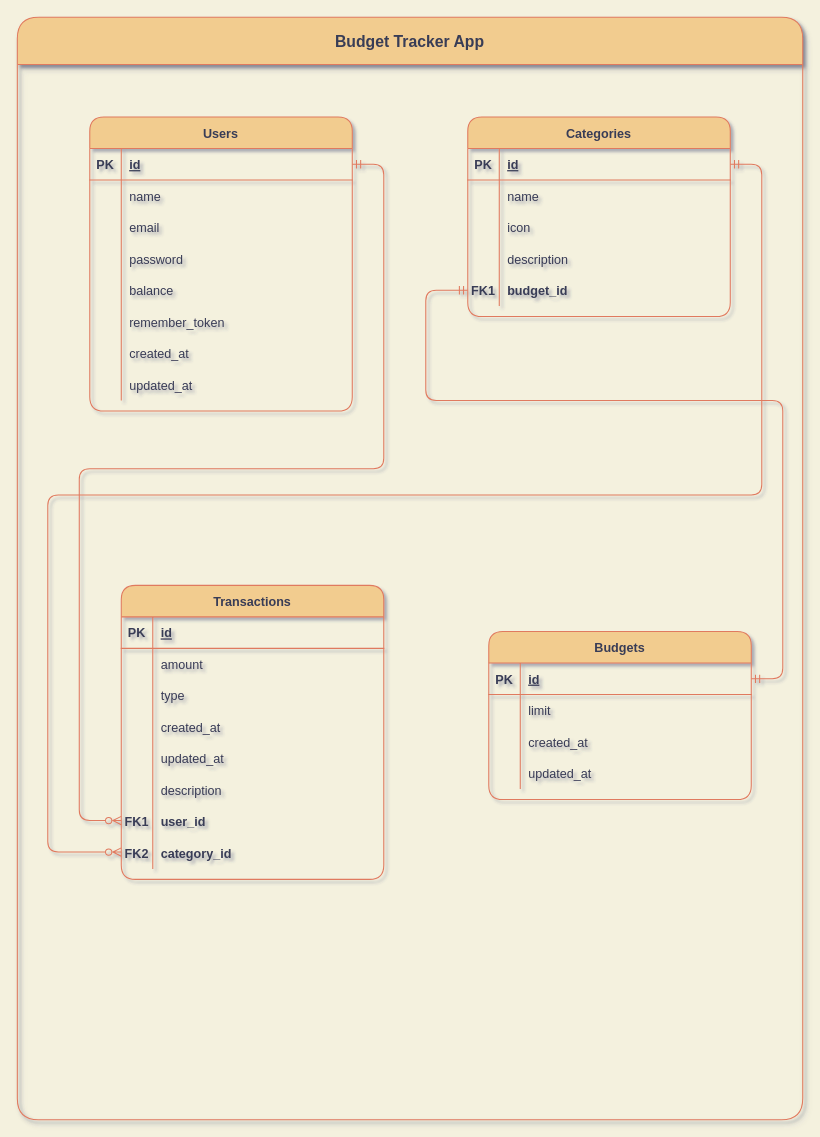
The draw.io diagram Diagrams/BTA database diagram.drawio in hakimBarbaria/Gestion-Budgets, before the edit. Source tidied: cells renumbered, new cells numbered last; positions are measured from the earlier drawing's top-left corner, leaving out a move shared by most shapes. Both pictures are drawn from the tidied source at 105%, with x=0, y=0 at pixel (17, 17).
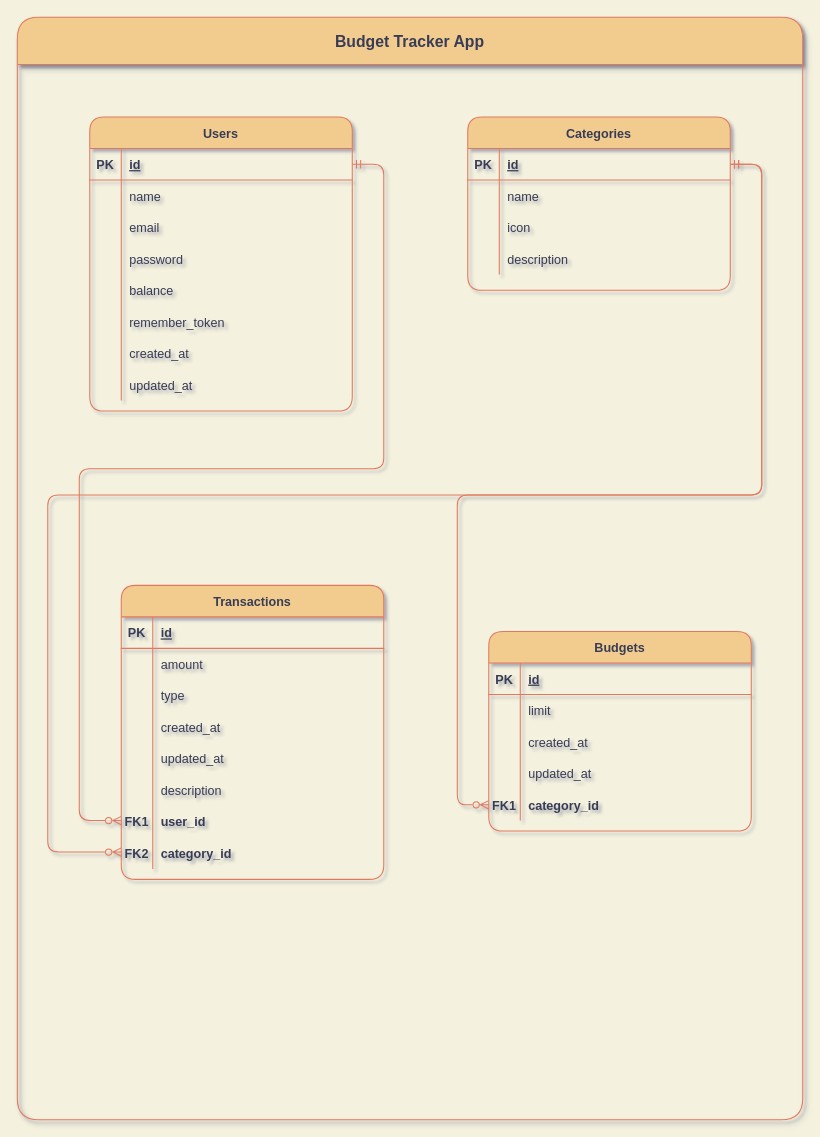
The same page after the edit.

Unchanged cells that the change refers to:
```xml
<mxCell id="3" value="Budget Tracker App" style="swimlane;rounded=1;strokeColor=#E07A5F;fontColor=#393C56;fillColor=#F2CC8F;shadow=1;sketch=0;glass=0;swimlaneLine=1;fontSize=15;startSize=45;" parent="2" vertex="1">
  <mxGeometry width="748" height="1050" as="geometry" />
</mxCell>
<mxCell id="6" style="shape=partialRectangle;fillColor=none;points=[[0,0.5],[1,0.5]];portConstraint=eastwest;top=0;left=0;right=0;bottom=1;strokeColor=#E07A5F;fontColor=#393C56;rounded=1;" parent="5" vertex="1">
  <mxGeometry y="30" width="250" height="30" as="geometry" />
</mxCell>
<mxCell id="44" style="shape=partialRectangle;fillColor=none;points=[[0,0.5],[1,0.5]];portConstraint=eastwest;top=0;left=0;right=0;bottom=1;strokeColor=#E07A5F;fontColor=#393C56;rounded=1;" parent="43" vertex="1">
  <mxGeometry y="30" width="250" height="30" as="geometry" />
</mxCell>
```

Change to the diagram source:
```diff
@@
     <mxCell id="5" value="Budgets" style="shape=table;startSize=30;childLayout=tableLayout;rowLines=0;fontStyle=1;align=center;fillColor=#F2CC8F;strokeColor=#E07A5F;fontColor=#393C56;rounded=1;" parent="3" vertex="1">
-      <mxGeometry x="449" y="585" width="250" height="160" as="geometry" />
+      <mxGeometry x="449" y="585" width="250" height="190" as="geometry" />
     </mxCell>
@@
+    <mxCell id="56" style="shape=partialRectangle;fillColor=none;points=[[0,0.5],[1,0.5]];portConstraint=eastwest;top=0;left=0;right=0;bottom=0;strokeColor=#E07A5F;fontColor=#393C56;rounded=1;" parent="5" vertex="1">
+      <mxGeometry y="150" width="250" height="30" as="geometry" />
+    </mxCell>
+    <mxCell id="57" value="FK1" style="shape=partialRectangle;overflow=hidden;fillColor=none;top=0;left=0;bottom=0;right=0;strokeColor=#E07A5F;fontColor=#393C56;rounded=1;fontStyle=1;" parent="56" vertex="1">
+      <mxGeometry width="30" height="30" as="geometry" />
+    </mxCell>
+    <mxCell id="87" value="category_id" style="shape=partialRectangle;overflow=hidden;fillColor=none;top=0;left=0;bottom=0;right=0;align=left;spacingLeft=6;strokeColor=#E07A5F;fontColor=#393C56;rounded=1;fontStyle=1;" parent="56" vertex="1">
+      <mxGeometry x="30" width="220" height="30" as="geometry" />
+    </mxCell>
@@
     <mxCell id="43" value="Categories" style="shape=table;startSize=30;childLayout=tableLayout;rowLines=0;fontStyle=1;align=center;fillColor=#F2CC8F;strokeColor=#E07A5F;fontColor=#393C56;rounded=1;" parent="3" vertex="1">
-      <mxGeometry x="429" y="95" width="250" height="190" as="geometry" />
+      <mxGeometry x="429" y="95" width="250" height="165" as="geometry" />
     </mxCell>
@@
-    <mxCell id="56" style="shape=partialRectangle;fillColor=none;points=[[0,0.5],[1,0.5]];portConstraint=eastwest;top=0;left=0;right=0;bottom=0;strokeColor=#E07A5F;fontColor=#393C56;rounded=1;" parent="43" vertex="1">
-      <mxGeometry y="150" width="250" height="30" as="geometry" />
-    </mxCell>
-    <mxCell id="57" value="FK1" style="shape=partialRectangle;overflow=hidden;fillColor=none;top=0;left=0;bottom=0;right=0;strokeColor=#E07A5F;fontColor=#393C56;rounded=1;fontStyle=1;" parent="56" vertex="1">
-      <mxGeometry width="30" height="30" as="geometry" />
-    </mxCell>
-    <mxCell id="58" value="budget_id" style="shape=partialRectangle;overflow=hidden;fillColor=none;top=0;left=0;bottom=0;right=0;align=left;spacingLeft=6;strokeColor=#E07A5F;fontColor=#393C56;rounded=1;fontStyle=1;" parent="56" vertex="1">
-      <mxGeometry x="30" width="220" height="30" as="geometry" />
-    </mxCell>
@@
-    <mxCell id="60" style="edgeStyle=orthogonalEdgeStyle;rounded=1;jettySize=auto;html=1;strokeColor=#E07A5F;fontColor=#393C56;startArrow=ERmandOne;startFill=0;endArrow=ERmandOne;endFill=0;fillColor=#F2CC8F;" parent="3" edge="1" source="56" target="6">
+    <mxCell id="60" style="edgeStyle=orthogonalEdgeStyle;rounded=1;jettySize=auto;html=1;strokeColor=#E07A5F;fontColor=#393C56;startArrow=ERmandOne;startFill=0;endArrow=ERzeroToMany;endFill=0;fillColor=#F2CC8F;exitX=1;exitY=0.5;exitDx=0;exitDy=0;" parent="3" edge="1" source="44" target="56">
       <mxGeometry relative="1" as="geometry">
         <Array as="points">
-          <mxPoint x="389" y="260" />
-          <mxPoint x="389" y="365" />
-          <mxPoint x="729" y="365" />
-          <mxPoint x="729" y="630" />
+          <mxPoint x="709" y="140" />
+          <mxPoint x="709" y="455" />
+          <mxPoint x="419" y="455" />
+          <mxPoint x="419" y="750" />
         </Array>
       </mxGeometry>
     </mxCell>
```
